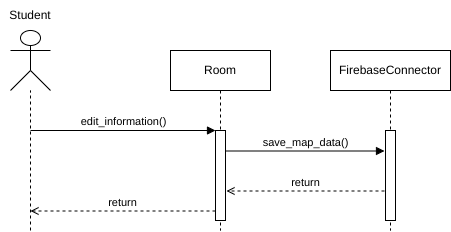
NotYetTerminal/Interactive-Map-SETU-Carlow keeps this draw.io diagram as graphs/System Sequence Diagrams/ModifyRoomInformation.drawio.png. Above is the earlier version. Source tidied: cells renumbered, new cells last; positions are measured from the earlier drawing's top-left corner, leaving out a move shared by most shapes.
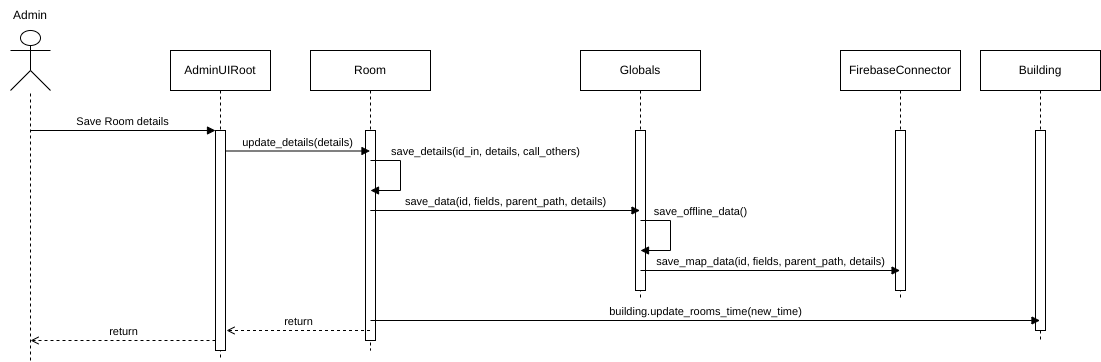
Above is the later version.

The edit, as a diff of the source:
```diff
@@ -2,52 +2,106 @@
   <root>
     <mxCell id="0" />
     <mxCell id="1" parent="0" />
+    <mxCell id="13" value="AdminUIRoot" style="shape=umlLifeline;perimeter=lifelinePerimeter;whiteSpace=wrap;html=1;newEdgeStyle={&quot;edgeStyle&quot;:&quot;elbowEdgeStyle&quot;,&quot;elbow&quot;:&quot;vertical&quot;,&quot;curved&quot;:0,&quot;rounded&quot;:0};" parent="1" vertex="1">
+      <mxGeometry x="170" y="50" width="100" height="310" as="geometry" />
+    </mxCell>
+    <mxCell id="14" style="html=1;perimeter=orthogonalPerimeter;targetShapes=umlLifeline;newEdgeStyle={&quot;edgeStyle&quot;:&quot;elbowEdgeStyle&quot;,&quot;elbow&quot;:&quot;vertical&quot;,&quot;curved&quot;:0,&quot;rounded&quot;:0};" parent="13" vertex="1">
+      <mxGeometry x="45" y="80" width="10" height="220" as="geometry" />
+    </mxCell>
+    <mxCell id="4" style="shape=umlActor;verticalLabelPosition=bottom;verticalAlign=top;html=1;outlineConnect=0;align=center;" parent="1" vertex="1">
+      <mxGeometry x="10" y="30" width="40" height="60" as="geometry" />
+    </mxCell>
+    <mxCell id="15" style="endArrow=none;dashed=1;html=1;rounded=0;" parent="1" edge="1" target="4">
+      <mxGeometry relative="1" as="geometry">
+        <mxPoint x="30" y="360" as="sourcePoint" />
+      </mxGeometry>
+    </mxCell>
+    <mxCell id="16" value="Admin" style="text;html=1;align=center;verticalAlign=middle;whiteSpace=wrap;rounded=0;" parent="1" vertex="1">
+      <mxGeometry width="60" height="30" as="geometry" />
+    </mxCell>
+    <mxCell id="17" value="Save Room details" style="html=1;verticalAlign=bottom;endArrow=block;elbow=vertical;rounded=0;" parent="1" edge="1">
+      <mxGeometry relative="1" as="geometry">
+        <mxPoint x="30" y="130" as="sourcePoint" />
+        <mxPoint x="215" y="130" as="targetPoint" />
+      </mxGeometry>
+    </mxCell>
     <mxCell id="2" value="Room" style="shape=umlLifeline;perimeter=lifelinePerimeter;whiteSpace=wrap;html=1;outlineConnect=0;portConstraint=eastwest;newEdgeStyle={&quot;edgeStyle&quot;:&quot;elbowEdgeStyle&quot;,&quot;elbow&quot;:&quot;vertical&quot;,&quot;curved&quot;:0,&quot;rounded&quot;:0};" parent="1" vertex="1">
-      <mxGeometry x="170" y="50" width="100" height="180" as="geometry" />
+      <mxGeometry x="310" y="50" width="120" height="300" as="geometry" />
     </mxCell>
-    <mxCell id="3" style="html=1;perimeter=orthogonalPerimeter;targetShapes=umlLifeline;newEdgeStyle={&quot;edgeStyle&quot;:&quot;elbowEdgeStyle&quot;,&quot;elbow&quot;:&quot;vertical&quot;,&quot;curved&quot;:0,&quot;rounded&quot;:0};" parent="2" vertex="1">
-      <mxGeometry x="45" y="80" width="10" height="90" as="geometry" />
-    </mxCell>
-    <mxCell id="4" style="shape=umlActor;verticalLabelPosition=bottom;verticalAlign=top;html=1;outlineConnect=0;align=center;" parent="1" vertex="1">
-      <mxGeometry x="10" y="30" width="40" height="60" as="geometry" />
-    </mxCell>
-    <mxCell id="5" style="endArrow=none;dashed=1;html=1;rounded=0;" parent="1" edge="1" target="4">
-      <mxGeometry relative="1" as="geometry">
-        <mxPoint x="30" y="230" as="sourcePoint" />
-      </mxGeometry>
-    </mxCell>
-    <mxCell id="6" value="Student" style="text;html=1;align=center;verticalAlign=middle;whiteSpace=wrap;rounded=0;" parent="1" vertex="1">
-      <mxGeometry width="60" height="30" as="geometry" />
-    </mxCell>
-    <mxCell id="7" value="edit_information()" style="html=1;verticalAlign=bottom;endArrow=block;elbow=vertical;rounded=0;" parent="1" edge="1">
-      <mxGeometry relative="1" as="geometry">
-        <mxPoint x="30" y="130" as="sourcePoint" />
-        <mxPoint x="215" y="130" as="targetPoint" />
-      </mxGeometry>
-    </mxCell>
+    <mxCell id="18" style="html=1;perimeter=orthogonalPerimeter;targetShapes=umlLifeline;newEdgeStyle={&quot;edgeStyle&quot;:&quot;elbowEdgeStyle&quot;,&quot;elbow&quot;:&quot;vertical&quot;,&quot;curved&quot;:0,&quot;rounded&quot;:0};" parent="2" vertex="1">
+      <mxGeometry x="55" y="80" width="10" height="210" as="geometry" />
+    </mxCell>
+    <mxCell id="19" value="update_details(details)" style="html=1;verticalAlign=bottom;endArrow=block;elbow=vertical;rounded=0;" parent="1" edge="1" target="2">
+      <mxGeometry relative="1" as="geometry">
+        <mxPoint x="225" y="150.5" as="sourcePoint" />
+      </mxGeometry>
+    </mxCell>
+    <mxCell id="20" value="return" style="html=1;verticalAlign=bottom;endArrow=open;elbow=vertical;rounded=0;dashed=1;endFill=0;" parent="1" edge="1">
+      <mxGeometry relative="1" as="geometry">
+        <mxPoint x="215" y="340" as="sourcePoint" />
+        <mxPoint x="30" y="340" as="targetPoint" />
+      </mxGeometry>
+    </mxCell>
+    <mxCell id="21" value="return" style="html=1;verticalAlign=bottom;endArrow=open;elbow=vertical;rounded=0;dashed=1;endFill=0;" parent="1" edge="1" source="2">
+      <mxGeometry relative="1" as="geometry">
+        <mxPoint x="226" y="330" as="targetPoint" />
+      </mxGeometry>
+    </mxCell>
+    <mxCell id="22" value="save_details(id_in, details, call_others)" style="html=1;verticalAlign=bottom;endArrow=block;elbow=vertical;rounded=0;" parent="1" edge="1">
+      <mxGeometry x="-0.33" y="85" relative="1" as="geometry">
+        <mxPoint x="370" y="160" as="sourcePoint" />
+        <mxPoint x="370" y="190" as="targetPoint" />
+        <Array as="points">
+          <mxPoint x="400" y="160" />
+          <mxPoint x="400" y="190" />
+        </Array>
+      </mxGeometry>
+    </mxCell>
+    <mxCell id="23" value="Globals" style="shape=umlLifeline;perimeter=lifelinePerimeter;whiteSpace=wrap;html=1;newEdgeStyle={&quot;edgeStyle&quot;:&quot;elbowEdgeStyle&quot;,&quot;elbow&quot;:&quot;vertical&quot;,&quot;curved&quot;:0,&quot;rounded&quot;:0};" parent="1" vertex="1">
+      <mxGeometry x="580" y="50" width="120" height="250" as="geometry" />
+    </mxCell>
+    <mxCell id="24" style="html=1;perimeter=orthogonalPerimeter;targetShapes=umlLifeline;newEdgeStyle={&quot;edgeStyle&quot;:&quot;elbowEdgeStyle&quot;,&quot;elbow&quot;:&quot;vertical&quot;,&quot;curved&quot;:0,&quot;rounded&quot;:0};" parent="23" vertex="1">
+      <mxGeometry x="55" y="80" width="10" height="160" as="geometry" />
+    </mxCell>
+    <mxCell id="25" value="save_data(id, fields, parent_path, details)" style="html=1;verticalAlign=bottom;endArrow=block;elbow=vertical;rounded=0;" parent="1" edge="1">
+      <mxGeometry relative="1" as="geometry">
+        <mxPoint x="369.8" y="210" as="sourcePoint" />
+        <mxPoint x="639.5" y="210" as="targetPoint" />
+      </mxGeometry>
+    </mxCell>
+    <mxCell id="26" value="save_offline_data()" style="html=1;verticalAlign=bottom;endArrow=block;elbow=vertical;rounded=0;" parent="1" edge="1">
+      <mxGeometry x="-0.33" y="30" relative="1" as="geometry">
+        <mxPoint x="640" y="220" as="sourcePoint" />
+        <mxPoint x="640" y="250" as="targetPoint" />
+        <Array as="points">
+          <mxPoint x="670" y="220" />
+          <mxPoint x="670" y="250" />
+        </Array>
+      </mxGeometry>
+    </mxCell>
     <mxCell id="8" value="FirebaseConnector" style="shape=umlLifeline;perimeter=lifelinePerimeter;whiteSpace=wrap;html=1;newEdgeStyle={&quot;edgeStyle&quot;:&quot;elbowEdgeStyle&quot;,&quot;elbow&quot;:&quot;vertical&quot;,&quot;curved&quot;:0,&quot;rounded&quot;:0};" parent="1" vertex="1">
-      <mxGeometry x="330" y="50" width="120" height="180" as="geometry" />
+      <mxGeometry x="840" y="50" width="120" height="250" as="geometry" />
     </mxCell>
-    <mxCell id="9" style="html=1;perimeter=orthogonalPerimeter;targetShapes=umlLifeline;newEdgeStyle={&quot;edgeStyle&quot;:&quot;elbowEdgeStyle&quot;,&quot;elbow&quot;:&quot;vertical&quot;,&quot;curved&quot;:0,&quot;rounded&quot;:0};" parent="8" vertex="1">
-      <mxGeometry x="55" y="80" width="10" height="90" as="geometry" />
-    </mxCell>
-    <mxCell id="10" value="save_map_data()" style="html=1;verticalAlign=bottom;endArrow=block;elbow=vertical;rounded=0;" parent="1" edge="1">
-      <mxGeometry relative="1" as="geometry">
-        <mxPoint x="225" y="150.5" as="sourcePoint" />
-        <mxPoint x="384" y="150.5" as="targetPoint" />
-      </mxGeometry>
-    </mxCell>
-    <mxCell id="11" value="return" style="html=1;verticalAlign=bottom;endArrow=open;elbow=vertical;rounded=0;dashed=1;endFill=0;" parent="1" edge="1">
-      <mxGeometry relative="1" as="geometry">
-        <mxPoint x="215" y="210.5" as="sourcePoint" />
-        <mxPoint x="30" y="210.5" as="targetPoint" />
-      </mxGeometry>
-    </mxCell>
-    <mxCell id="12" value="return" style="html=1;verticalAlign=bottom;endArrow=open;elbow=vertical;rounded=0;dashed=1;endFill=0;" parent="1" edge="1">
-      <mxGeometry relative="1" as="geometry">
-        <mxPoint x="384" y="190.5" as="sourcePoint" />
-        <mxPoint x="226" y="190.5" as="targetPoint" />
-      </mxGeometry>
-    </mxCell>
+    <mxCell id="27" style="html=1;perimeter=orthogonalPerimeter;targetShapes=umlLifeline;newEdgeStyle={&quot;edgeStyle&quot;:&quot;elbowEdgeStyle&quot;,&quot;elbow&quot;:&quot;vertical&quot;,&quot;curved&quot;:0,&quot;rounded&quot;:0};" parent="8" vertex="1">
+      <mxGeometry x="55" y="80" width="10" height="160" as="geometry" />
+    </mxCell>
+    <mxCell id="28" value="save_map_data(id, fields, parent_path, details)" style="html=1;verticalAlign=bottom;endArrow=block;elbow=vertical;rounded=0;" parent="1" edge="1">
+      <mxGeometry relative="1" as="geometry">
+        <mxPoint x="640" y="270" as="sourcePoint" />
+        <mxPoint x="899.6" y="270" as="targetPoint" />
+      </mxGeometry>
+    </mxCell>
+    <mxCell id="29" value="Building" style="shape=umlLifeline;perimeter=lifelinePerimeter;whiteSpace=wrap;html=1;newEdgeStyle={&quot;edgeStyle&quot;:&quot;elbowEdgeStyle&quot;,&quot;elbow&quot;:&quot;vertical&quot;,&quot;curved&quot;:0,&quot;rounded&quot;:0};" parent="1" vertex="1">
+      <mxGeometry x="980" y="50" width="120" height="290" as="geometry" />
+    </mxCell>
+    <mxCell id="30" style="html=1;perimeter=orthogonalPerimeter;targetShapes=umlLifeline;newEdgeStyle={&quot;edgeStyle&quot;:&quot;elbowEdgeStyle&quot;,&quot;elbow&quot;:&quot;vertical&quot;,&quot;curved&quot;:0,&quot;rounded&quot;:0};" parent="29" vertex="1">
+      <mxGeometry x="55" y="80" width="10" height="200" as="geometry" />
+    </mxCell>
+    <mxCell id="31" value="building.update_rooms_time(new_time)" style="html=1;verticalAlign=bottom;endArrow=block;elbow=vertical;rounded=0;" parent="1" edge="1">
+      <mxGeometry relative="1" as="geometry">
+        <mxPoint x="370" y="320" as="sourcePoint" />
+        <mxPoint x="1039.5" y="320" as="targetPoint" />
+      </mxGeometry>
+    </mxCell>
   </root>
 </mxGraphModel>
```
